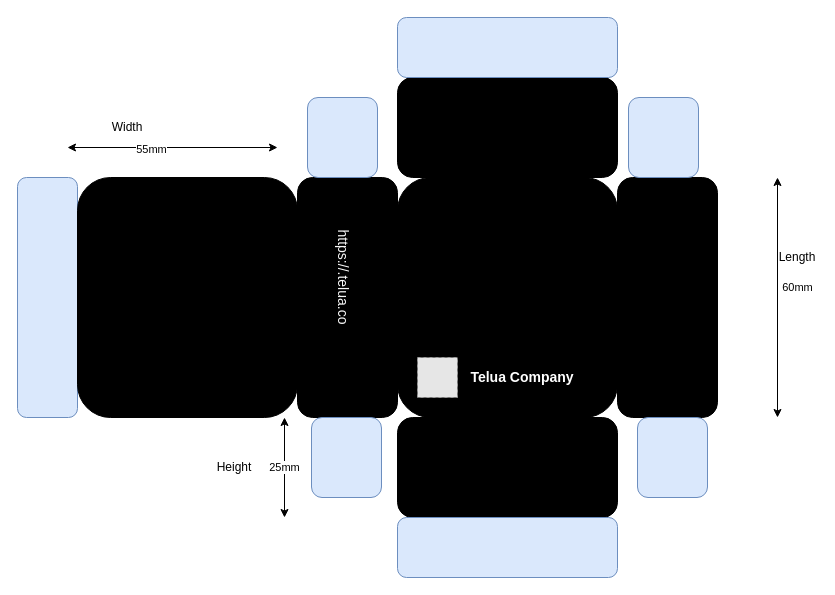
letrthong/sensor_docs keeps this draw.io diagram as hopnhua/box.drawio. Above is the earlier version. Source tidied: cells renumbered, new cells numbered last; positions are measured from the earlier drawing's top-left corner, leaving out a move shared by most shapes. Both pictures are drawn from the tidied source at 100%, with x=0, y=0 at pixel (17, 17). Pictures stored in the file or linked from it are replaced by grey dashed boxes.
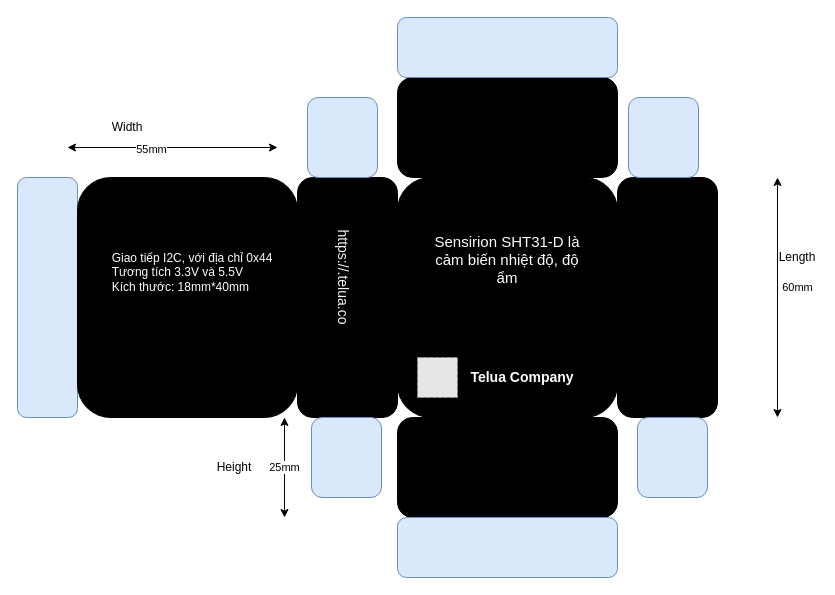
The same diagram, later.

Unchanged cells that the change refers to:
```xml
<mxCell id="5" style="rounded=1;whiteSpace=wrap;html=1;strokeColor=#000000;fillColor=#000000;" parent="1" vertex="1">
  <mxGeometry x="380" y="160" width="220" height="240" as="geometry" />
</mxCell>
```

The edit, as a diff of the source:
```diff
@@
+    <mxCell id="25" style="edgeStyle=orthogonalEdgeStyle;rounded=0;jettySize=auto;html=1;" parent="1" edge="1" source="26" target="5">
+      <mxGeometry relative="1" as="geometry" />
+    </mxCell>
+    <mxCell id="26" value="&lt;font color=&quot;#ffffff&quot; style=&quot;font-size: 15px&quot;&gt;Sensirion SHT31-D là cảm biến nhiệt độ, độ ẩm&lt;br&gt;&lt;br&gt;&lt;br&gt;&lt;/font&gt;" style="text;html=1;strokeColor=none;fillColor=none;align=center;verticalAlign=middle;whiteSpace=wrap;rounded=0;" parent="1" vertex="1">
+      <mxGeometry x="405" y="210" width="170" height="100" as="geometry" />
+    </mxCell>
+    <mxCell id="27" value="&lt;font color=&quot;#ffffff&quot;&gt;Giao tiếp I2C, với địa chỉ 0x44&lt;br&gt;&lt;div style=&quot;text-align: left&quot;&gt;&lt;span&gt;Tương tích 3.3V và 5.5V&lt;/span&gt;&lt;/div&gt;&lt;div style=&quot;text-align: left&quot;&gt;&lt;span&gt;Kích thước: 18mm*40mm&lt;br&gt;&lt;/span&gt;&lt;/div&gt;&lt;/font&gt;" style="text;html=1;strokeColor=none;fillColor=none;align=center;verticalAlign=middle;whiteSpace=wrap;rounded=0;" parent="1" vertex="1">
+      <mxGeometry x="90" y="210" width="170" height="90" as="geometry" />
+    </mxCell>
```
